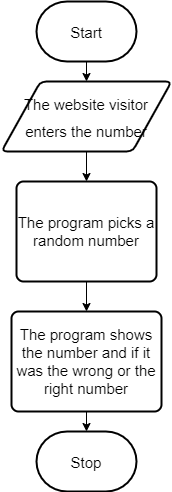
This is design/flowchart.png from Evgeny-Vovk/ICS2O-Unit5-01-HTML, a draw.io export, as it was before one commit. Source tidied: cells renumbered, new cells last; positions are measured from the earlier drawing's top-left corner, leaving out a move shared by most shapes. The source it was exported from:
```xml
<mxGraphModel>
  <root>
    <mxCell id="0" />
    <mxCell id="1" parent="0" />
    <mxCell id="2" style="edgeStyle=none;html=1;exitX=0.5;exitY=1;exitDx=0;exitDy=0;exitPerimeter=0;entryX=0.5;entryY=0;entryDx=0;entryDy=0;fontSize=15;" parent="1" edge="1" source="3" target="6">
      <mxGeometry relative="1" as="geometry" />
    </mxCell>
    <mxCell id="3" value="&lt;font style=&quot;font-size: 15px&quot;&gt;Start&lt;/font&gt;" style="strokeWidth=2;html=1;shape=mxgraph.flowchart.terminator;whiteSpace=wrap;fontSize=22;" parent="1" vertex="1">
      <mxGeometry x="35" width="100" height="60" as="geometry" />
    </mxCell>
    <mxCell id="4" value="&lt;font style=&quot;font-size: 15px&quot;&gt;Stop&lt;/font&gt;" style="strokeWidth=2;html=1;shape=mxgraph.flowchart.terminator;whiteSpace=wrap;fontSize=22;" parent="1" vertex="1">
      <mxGeometry x="35" y="430" width="100" height="60" as="geometry" />
    </mxCell>
    <mxCell id="5" style="edgeStyle=none;html=1;exitX=0.5;exitY=1;exitDx=0;exitDy=0;entryX=0.5;entryY=0;entryDx=0;entryDy=0;fontSize=15;" parent="1" edge="1" source="6" target="8">
      <mxGeometry relative="1" as="geometry" />
    </mxCell>
    <mxCell id="6" value="&lt;font style=&quot;font-size: 15px&quot;&gt;The website visitor enters the number&lt;/font&gt;" style="shape=parallelogram;html=1;strokeWidth=2;perimeter=parallelogramPerimeter;whiteSpace=wrap;rounded=1;arcSize=12;size=0.23;fontSize=22;" parent="1" vertex="1">
      <mxGeometry y="80" width="170" height="70" as="geometry" />
    </mxCell>
    <mxCell id="7" style="edgeStyle=none;html=1;exitX=0.5;exitY=1;exitDx=0;exitDy=0;entryX=0.5;entryY=0;entryDx=0;entryDy=0;fontSize=15;" parent="1" edge="1" source="8" target="10">
      <mxGeometry relative="1" as="geometry" />
    </mxCell>
    <mxCell id="8" value="The program picks a random number" style="rounded=1;whiteSpace=wrap;html=1;absoluteArcSize=1;arcSize=14;strokeWidth=2;fontSize=15;" parent="1" vertex="1">
      <mxGeometry x="15" y="180" width="140" height="100" as="geometry" />
    </mxCell>
    <mxCell id="9" style="edgeStyle=none;html=1;exitX=0.5;exitY=1;exitDx=0;exitDy=0;entryX=0.5;entryY=0;entryDx=0;entryDy=0;entryPerimeter=0;fontSize=15;" parent="1" edge="1" source="10" target="4">
      <mxGeometry relative="1" as="geometry" />
    </mxCell>
    <mxCell id="10" value="The program shows the number and if it was the wrong or the right number" style="rounded=1;whiteSpace=wrap;html=1;absoluteArcSize=1;arcSize=14;strokeWidth=2;fontSize=15;" parent="1" vertex="1">
      <mxGeometry x="10" y="310" width="150" height="100" as="geometry" />
    </mxCell>
  </root>
</mxGraphModel>
```
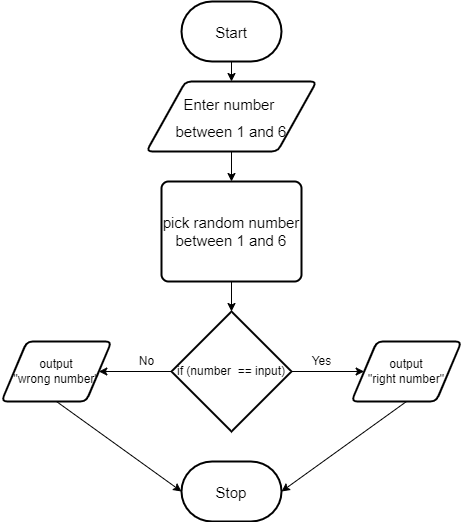
After the commit.

What changed in the source:
```diff
@@ -9,25 +9,46 @@
       <mxGeometry x="35" width="100" height="60" as="geometry" />
     </mxCell>
     <mxCell id="4" value="&lt;font style=&quot;font-size: 15px&quot;&gt;Stop&lt;/font&gt;" style="strokeWidth=2;html=1;shape=mxgraph.flowchart.terminator;whiteSpace=wrap;fontSize=22;" parent="1" vertex="1">
-      <mxGeometry x="35" y="430" width="100" height="60" as="geometry" />
+      <mxGeometry x="35" y="460" width="100" height="60" as="geometry" />
     </mxCell>
     <mxCell id="5" style="edgeStyle=none;html=1;exitX=0.5;exitY=1;exitDx=0;exitDy=0;entryX=0.5;entryY=0;entryDx=0;entryDy=0;fontSize=15;" parent="1" edge="1" source="6" target="8">
       <mxGeometry relative="1" as="geometry" />
     </mxCell>
-    <mxCell id="6" value="&lt;font style=&quot;font-size: 15px&quot;&gt;The website visitor enters the number&lt;/font&gt;" style="shape=parallelogram;html=1;strokeWidth=2;perimeter=parallelogramPerimeter;whiteSpace=wrap;rounded=1;arcSize=12;size=0.23;fontSize=22;" parent="1" vertex="1">
+    <mxCell id="6" value="&lt;font style=&quot;font-size: 15px&quot;&gt;Enter number &lt;br&gt;between&amp;nbsp;1 and 6&lt;/font&gt;" style="shape=parallelogram;html=1;strokeWidth=2;perimeter=parallelogramPerimeter;whiteSpace=wrap;rounded=1;arcSize=12;size=0.23;fontSize=22;" parent="1" vertex="1">
       <mxGeometry y="80" width="170" height="70" as="geometry" />
     </mxCell>
-    <mxCell id="7" style="edgeStyle=none;html=1;exitX=0.5;exitY=1;exitDx=0;exitDy=0;entryX=0.5;entryY=0;entryDx=0;entryDy=0;fontSize=15;" parent="1" edge="1" source="8" target="10">
-      <mxGeometry relative="1" as="geometry" />
-    </mxCell>
+    <mxCell id="11" style="edgeStyle=none;html=1;exitX=0.5;exitY=1;exitDx=0;exitDy=0;entryX=0.5;entryY=0;entryDx=0;entryDy=0;entryPerimeter=0;" parent="1" edge="1" source="8" target="14">
+      <mxGeometry relative="1" as="geometry" />
+    </mxCell>
-    <mxCell id="8" value="The program picks a random number" style="rounded=1;whiteSpace=wrap;html=1;absoluteArcSize=1;arcSize=14;strokeWidth=2;fontSize=15;" parent="1" vertex="1">
+    <mxCell id="8" value="pick random number between 1 and 6" style="rounded=1;whiteSpace=wrap;html=1;absoluteArcSize=1;arcSize=14;strokeWidth=2;fontSize=15;" parent="1" vertex="1">
       <mxGeometry x="15" y="180" width="140" height="100" as="geometry" />
     </mxCell>
-    <mxCell id="9" style="edgeStyle=none;html=1;exitX=0.5;exitY=1;exitDx=0;exitDy=0;entryX=0.5;entryY=0;entryDx=0;entryDy=0;entryPerimeter=0;fontSize=15;" parent="1" edge="1" source="10" target="4">
-      <mxGeometry relative="1" as="geometry" />
-    </mxCell>
-    <mxCell id="10" value="The program shows the number and if it was the wrong or the right number" style="rounded=1;whiteSpace=wrap;html=1;absoluteArcSize=1;arcSize=14;strokeWidth=2;fontSize=15;" parent="1" vertex="1">
-      <mxGeometry x="10" y="310" width="150" height="100" as="geometry" />
-    </mxCell>
+    <mxCell id="12" style="edgeStyle=none;html=1;" parent="1" edge="1" source="14" target="18">
+      <mxGeometry relative="1" as="geometry" />
+    </mxCell>
+    <mxCell id="13" style="edgeStyle=none;html=1;exitX=0;exitY=0.5;exitDx=0;exitDy=0;exitPerimeter=0;" parent="1" edge="1" source="14" target="16">
+      <mxGeometry relative="1" as="geometry" />
+    </mxCell>
+    <mxCell id="14" value="if (number&amp;nbsp; == input)" style="strokeWidth=2;html=1;shape=mxgraph.flowchart.decision;whiteSpace=wrap;" parent="1" vertex="1">
+      <mxGeometry x="25" y="310" width="120" height="120" as="geometry" />
+    </mxCell>
+    <mxCell id="15" style="edgeStyle=none;html=1;exitX=0.5;exitY=1;exitDx=0;exitDy=0;entryX=0;entryY=0.5;entryDx=0;entryDy=0;entryPerimeter=0;" parent="1" edge="1" source="16" target="4">
+      <mxGeometry relative="1" as="geometry" />
+    </mxCell>
+    <mxCell id="16" value="output&lt;br&gt;&quot;wrong number&quot;" style="shape=parallelogram;html=1;strokeWidth=2;perimeter=parallelogramPerimeter;whiteSpace=wrap;rounded=1;arcSize=12;size=0.23;" parent="1" vertex="1">
+      <mxGeometry x="-145" y="340" width="110" height="60" as="geometry" />
+    </mxCell>
+    <mxCell id="17" style="edgeStyle=none;html=1;exitX=0.5;exitY=1;exitDx=0;exitDy=0;entryX=1;entryY=0.5;entryDx=0;entryDy=0;entryPerimeter=0;" parent="1" edge="1" source="18" target="4">
+      <mxGeometry relative="1" as="geometry" />
+    </mxCell>
+    <mxCell id="18" value="output&lt;br&gt;&quot;right number&quot;" style="shape=parallelogram;html=1;strokeWidth=2;perimeter=parallelogramPerimeter;whiteSpace=wrap;rounded=1;arcSize=12;size=0.23;" parent="1" vertex="1">
+      <mxGeometry x="205" y="340" width="110" height="60" as="geometry" />
+    </mxCell>
+    <mxCell id="19" value="Yes" style="text;html=1;align=center;verticalAlign=middle;strokeColor=none;fillColor=none;" parent="1" vertex="1">
+      <mxGeometry x="155" y="350" width="40" height="20" as="geometry" />
+    </mxCell>
+    <mxCell id="20" value="No" style="text;html=1;align=center;verticalAlign=middle;strokeColor=none;fillColor=none;" parent="1" vertex="1">
+      <mxGeometry x="-15" y="350" width="30" height="20" as="geometry" />
+    </mxCell>
   </root>
 </mxGraphModel>
```
